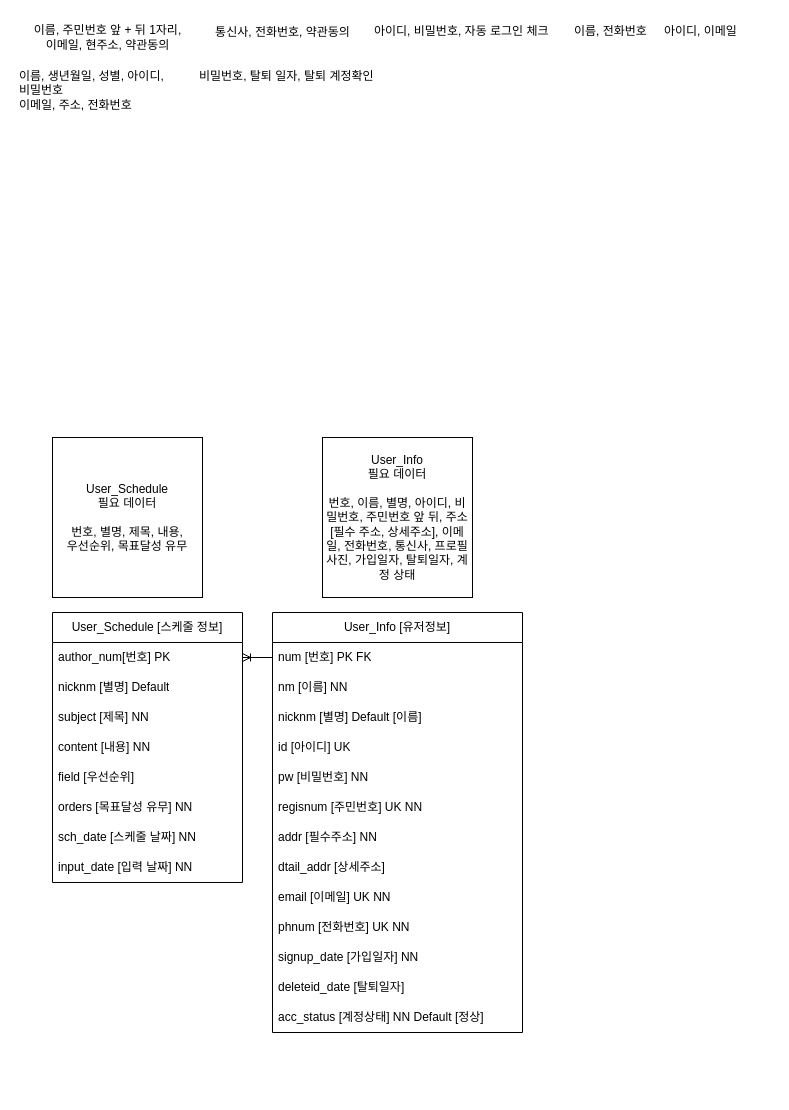
Before: portfolio/To-do List ERD.drawio in D-o-H-w-a/SelfStudy, a draw.io diagram. Source tidied: cells renumbered, new cells numbered last; positions are measured from the earlier drawing's top-left corner, leaving out a move shared by most shapes. Both pictures are drawn from the tidied source at 100%, with x=0, y=0 at pixel (17, 17).
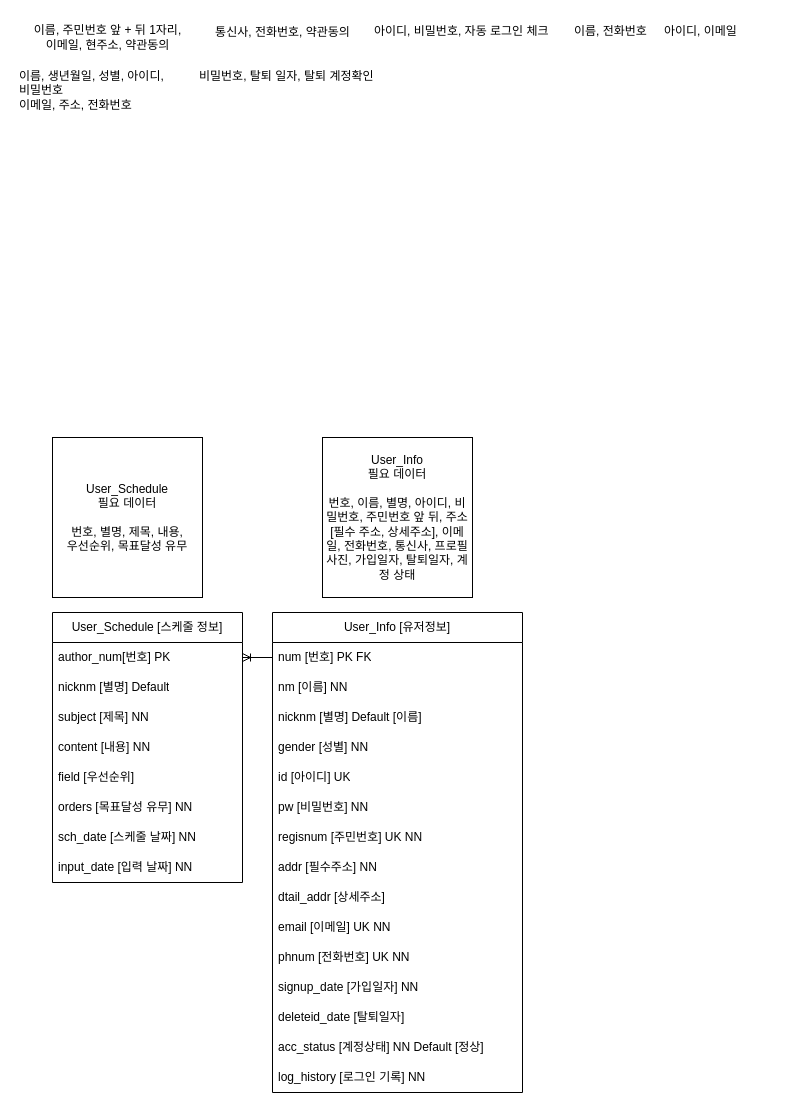
The same page after the edit.

Commit message (it also covers changes not shown here):
요구사항 정의서 추가 및 ERD 데이터 추가

요구사항 정의서
회원가입 및 로그인 시트
회원가입 필수 데이터 -> 로그인 기록 추가
ERD 데이터
[유저정보] 테이블 User_Info
gender 성별 NN속성 추가

The edit, as a diff of the source:
```diff
@@
     <mxCell id="2" value="User_Info [유저정보]" style="swimlane;fontStyle=0;horizontal=1;startSize=30;whiteSpace=wrap;html=1;" parent="1" vertex="1">
-      <mxGeometry x="255" y="595" width="250" height="420" as="geometry" />
+      <mxGeometry x="255" y="595" width="250" height="480" as="geometry" />
     </mxCell>
@@
+    <mxCell id="35" value="gender [성별] NN" style="text;strokeColor=none;fillColor=none;align=left;verticalAlign=middle;spacingLeft=4;spacingRight=4;overflow=hidden;whiteSpace=wrap;html=1;" parent="2" vertex="1">
+      <mxGeometry y="120" width="250" height="30" as="geometry" />
+    </mxCell>
     <mxCell id="6" value="id [아이디] UK" style="text;strokeColor=none;fillColor=none;align=left;verticalAlign=middle;spacingLeft=4;spacingRight=4;overflow=hidden;whiteSpace=wrap;html=1;" parent="2" vertex="1">
-      <mxGeometry y="120" width="250" height="30" as="geometry" />
+      <mxGeometry y="150" width="250" height="30" as="geometry" />
     </mxCell>
     <mxCell id="7" value="pw&lt;span style=&quot;background-color: initial;&quot;&gt;&amp;nbsp;[비밀번호] NN&lt;/span&gt;" style="text;strokeColor=none;fillColor=none;align=left;verticalAlign=middle;spacingLeft=4;spacingRight=4;overflow=hidden;whiteSpace=wrap;html=1;" parent="2" vertex="1">
-      <mxGeometry y="150" width="250" height="30" as="geometry" />
+      <mxGeometry y="180" width="250" height="30" as="geometry" />
     </mxCell>
     <mxCell id="8" value="regisnum [주민번호] UK NN" style="text;strokeColor=none;fillColor=none;align=left;verticalAlign=middle;spacingLeft=4;spacingRight=4;overflow=hidden;whiteSpace=wrap;html=1;" parent="2" vertex="1">
-      <mxGeometry y="180" width="250" height="30" as="geometry" />
+      <mxGeometry y="210" width="250" height="30" as="geometry" />
     </mxCell>
     <mxCell id="9" value="addr [필수주소] NN" style="text;strokeColor=none;fillColor=none;align=left;verticalAlign=middle;spacingLeft=4;spacingRight=4;overflow=hidden;whiteSpace=wrap;html=1;" parent="2" vertex="1">
-      <mxGeometry y="210" width="250" height="30" as="geometry" />
+      <mxGeometry y="240" width="250" height="30" as="geometry" />
     </mxCell>
     <mxCell id="10" value="dtail_addr [상세주소]" style="text;strokeColor=none;fillColor=none;align=left;verticalAlign=middle;spacingLeft=4;spacingRight=4;overflow=hidden;whiteSpace=wrap;html=1;" parent="2" vertex="1">
-      <mxGeometry y="240" width="250" height="30" as="geometry" />
+      <mxGeometry y="270" width="250" height="30" as="geometry" />
     </mxCell>
     <mxCell id="11" value="email [이메일] UK NN" style="text;strokeColor=none;fillColor=none;align=left;verticalAlign=middle;spacingLeft=4;spacingRight=4;overflow=hidden;whiteSpace=wrap;html=1;" parent="2" vertex="1">
-      <mxGeometry y="270" width="250" height="30" as="geometry" />
+      <mxGeometry y="300" width="250" height="30" as="geometry" />
     </mxCell>
     <mxCell id="12" value="phnum [전화번호] UK NN" style="text;strokeColor=none;fillColor=none;align=left;verticalAlign=middle;spacingLeft=4;spacingRight=4;overflow=hidden;whiteSpace=wrap;html=1;" parent="2" vertex="1">
-      <mxGeometry y="300" width="250" height="30" as="geometry" />
+      <mxGeometry y="330" width="250" height="30" as="geometry" />
     </mxCell>
     <mxCell id="13" value="signup_date [가입일자] NN" style="text;strokeColor=none;fillColor=none;align=left;verticalAlign=middle;spacingLeft=4;spacingRight=4;overflow=hidden;whiteSpace=wrap;html=1;" parent="2" vertex="1">
-      <mxGeometry y="330" width="250" height="30" as="geometry" />
+      <mxGeometry y="360" width="250" height="30" as="geometry" />
     </mxCell>
     <mxCell id="14" value="deleteid_date [탈퇴일자]" style="text;strokeColor=none;fillColor=none;align=left;verticalAlign=middle;spacingLeft=4;spacingRight=4;overflow=hidden;whiteSpace=wrap;html=1;" parent="2" vertex="1">
-      <mxGeometry y="360" width="250" height="30" as="geometry" />
+      <mxGeometry y="390" width="250" height="30" as="geometry" />
     </mxCell>
     <mxCell id="15" value="acc_status [계정상태] NN Default [정상]" style="text;strokeColor=none;fillColor=none;align=left;verticalAlign=middle;spacingLeft=4;spacingRight=4;overflow=hidden;whiteSpace=wrap;html=1;" parent="2" vertex="1">
-      <mxGeometry y="390" width="250" height="30" as="geometry" />
+      <mxGeometry y="420" width="250" height="30" as="geometry" />
     </mxCell>
+    <mxCell id="36" value="log_history [로그인 기록] NN" style="text;strokeColor=none;fillColor=none;align=left;verticalAlign=middle;spacingLeft=4;spacingRight=4;overflow=hidden;whiteSpace=wrap;html=1;" parent="2" vertex="1">
+      <mxGeometry y="450" width="250" height="30" as="geometry" />
+    </mxCell>
```
